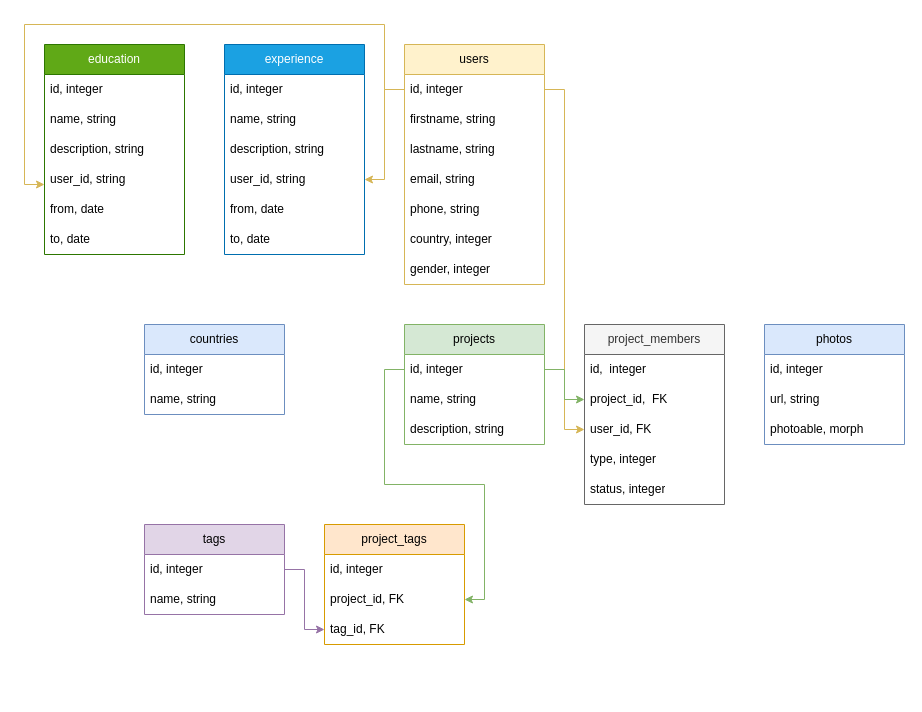
Ahmadrameen/Ahmadrameen keeps this draw.io diagram as Untitled Diagram.drawio. Above is the earlier version. Source tidied: cells renumbered, new cells numbered last; positions are measured from the earlier drawing's top-left corner, leaving out a move shared by most shapes. Both pictures are drawn from the tidied source at 100%, with x=0, y=0 at pixel (24, 24).
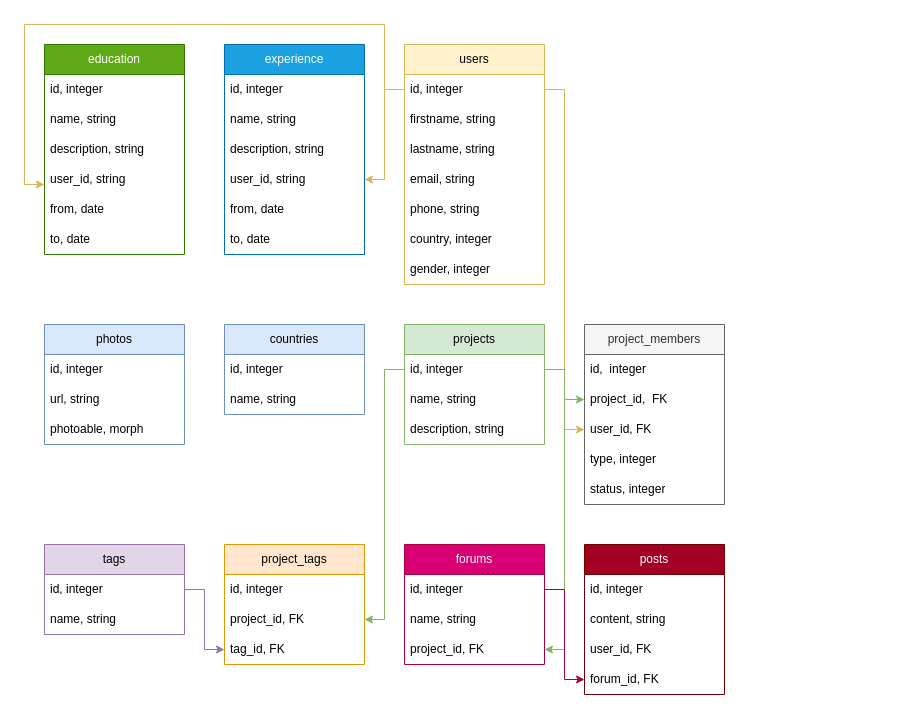
The same page after the edit.

Unchanged cells that the change refers to:
```xml
<mxCell id="11" value="id, integer" style="text;strokeColor=none;fillColor=none;align=left;verticalAlign=middle;spacingLeft=4;spacingRight=4;overflow=hidden;points=[[0,0.5],[1,0.5]];portConstraint=eastwest;whiteSpace=wrap;html=1;" parent="10" vertex="1">
  <mxGeometry y="30" width="140" height="30" as="geometry" />
</mxCell>
```

What changed in the source:
```diff
@@
     <mxCell id="22" value="tags" style="swimlane;fontStyle=0;horizontal=1;startSize=30;whiteSpace=wrap;html=1;fillColor=#e1d5e7;strokeColor=#9673a6;" parent="1" vertex="1">
-      <mxGeometry x="120" y="500" width="140" height="90" as="geometry" />
+      <mxGeometry x="20" y="520" width="140" height="90" as="geometry" />
     </mxCell>
@@
     <mxCell id="25" value="project_tags" style="swimlane;fontStyle=0;horizontal=1;startSize=30;whiteSpace=wrap;html=1;fillColor=#ffe6cc;strokeColor=#d79b00;" parent="1" vertex="1">
-      <mxGeometry x="300" y="500" width="140" height="120" as="geometry" />
+      <mxGeometry x="200" y="520" width="140" height="120" as="geometry" />
     </mxCell>
@@
     <mxCell id="31" value="countries" style="swimlane;fontStyle=0;horizontal=1;startSize=30;whiteSpace=wrap;html=1;fillColor=#dae8fc;strokeColor=#6c8ebf;" parent="1" vertex="1">
-      <mxGeometry x="120" y="300" width="140" height="90" as="geometry" />
+      <mxGeometry x="200" y="300" width="140" height="90" as="geometry" />
     </mxCell>
@@
     <mxCell id="34" value="photos" style="swimlane;fontStyle=0;horizontal=1;startSize=30;whiteSpace=wrap;html=1;fillColor=#dae8fc;strokeColor=#6c8ebf;" parent="1" vertex="1">
-      <mxGeometry x="740" y="300" width="140" height="120" as="geometry" />
+      <mxGeometry x="20" y="300" width="140" height="120" as="geometry" />
     </mxCell>
@@
+    <mxCell id="54" value="forums" style="swimlane;fontStyle=0;horizontal=1;startSize=30;whiteSpace=wrap;html=1;fillColor=#d80073;strokeColor=#A50040;fontColor=#ffffff;" parent="1" vertex="1">
+      <mxGeometry x="380" y="520" width="140" height="120" as="geometry" />
+    </mxCell>
+    <mxCell id="55" value="id, integer" style="text;strokeColor=none;fillColor=none;align=left;verticalAlign=middle;spacingLeft=4;spacingRight=4;overflow=hidden;points=[[0,0.5],[1,0.5]];portConstraint=eastwest;whiteSpace=wrap;html=1;" parent="54" vertex="1">
+      <mxGeometry y="30" width="140" height="30" as="geometry" />
+    </mxCell>
+    <mxCell id="56" value="name, string" style="text;strokeColor=none;fillColor=none;align=left;verticalAlign=middle;spacingLeft=4;spacingRight=4;overflow=hidden;whiteSpace=wrap;html=1;" parent="54" vertex="1">
+      <mxGeometry y="60" width="140" height="30" as="geometry" />
+    </mxCell>
+    <mxCell id="57" value="project_id, FK" style="text;strokeColor=none;fillColor=none;align=left;verticalAlign=middle;spacingLeft=4;spacingRight=4;overflow=hidden;points=[[0,0.5],[1,0.5]];portConstraint=eastwest;whiteSpace=wrap;html=1;" parent="54" vertex="1">
+      <mxGeometry y="90" width="140" height="30" as="geometry" />
+    </mxCell>
+    <mxCell id="58" value="posts" style="swimlane;fontStyle=0;horizontal=1;startSize=30;whiteSpace=wrap;html=1;fillColor=#a20025;strokeColor=#6F0000;fontColor=#ffffff;" parent="1" vertex="1">
+      <mxGeometry x="560" y="520" width="140" height="150" as="geometry" />
+    </mxCell>
+    <mxCell id="59" value="id, integer" style="text;strokeColor=none;fillColor=none;align=left;verticalAlign=middle;spacingLeft=4;spacingRight=4;overflow=hidden;whiteSpace=wrap;html=1;" parent="58" vertex="1">
+      <mxGeometry y="30" width="140" height="30" as="geometry" />
+    </mxCell>
+    <mxCell id="60" value="content, string" style="text;strokeColor=none;fillColor=none;align=left;verticalAlign=middle;spacingLeft=4;spacingRight=4;overflow=hidden;whiteSpace=wrap;html=1;" parent="58" vertex="1">
+      <mxGeometry y="60" width="140" height="30" as="geometry" />
+    </mxCell>
+    <mxCell id="61" value="user_id, FK" style="text;strokeColor=none;fillColor=none;align=left;verticalAlign=middle;spacingLeft=4;spacingRight=4;overflow=hidden;whiteSpace=wrap;html=1;" parent="58" vertex="1">
+      <mxGeometry y="90" width="140" height="30" as="geometry" />
+    </mxCell>
+    <mxCell id="62" value="forum_id, FK" style="text;strokeColor=none;fillColor=none;align=left;verticalAlign=middle;spacingLeft=4;spacingRight=4;overflow=hidden;points=[[0,0.5],[1,0.5]];portConstraint=eastwest;whiteSpace=wrap;html=1;" parent="58" vertex="1">
+      <mxGeometry y="120" width="140" height="30" as="geometry" />
+    </mxCell>
+    <mxCell id="63" style="edgeStyle=orthogonalEdgeStyle;rounded=0;jettySize=auto;html=1;fillColor=#d5e8d4;strokeColor=#82b366;entryX=1;entryY=0.5;entryDx=0;entryDy=0;exitX=1;exitY=0.5;exitDx=0;exitDy=0;" parent="1" edge="1" source="11" target="57">
+      <mxGeometry relative="1" as="geometry" />
+    </mxCell>
+    <mxCell id="64" style="edgeStyle=orthogonalEdgeStyle;rounded=0;jettySize=auto;html=1;fillColor=#d80073;strokeColor=#A50040;" parent="1" edge="1" source="55" target="62">
+      <mxGeometry relative="1" as="geometry" />
+    </mxCell>
```
